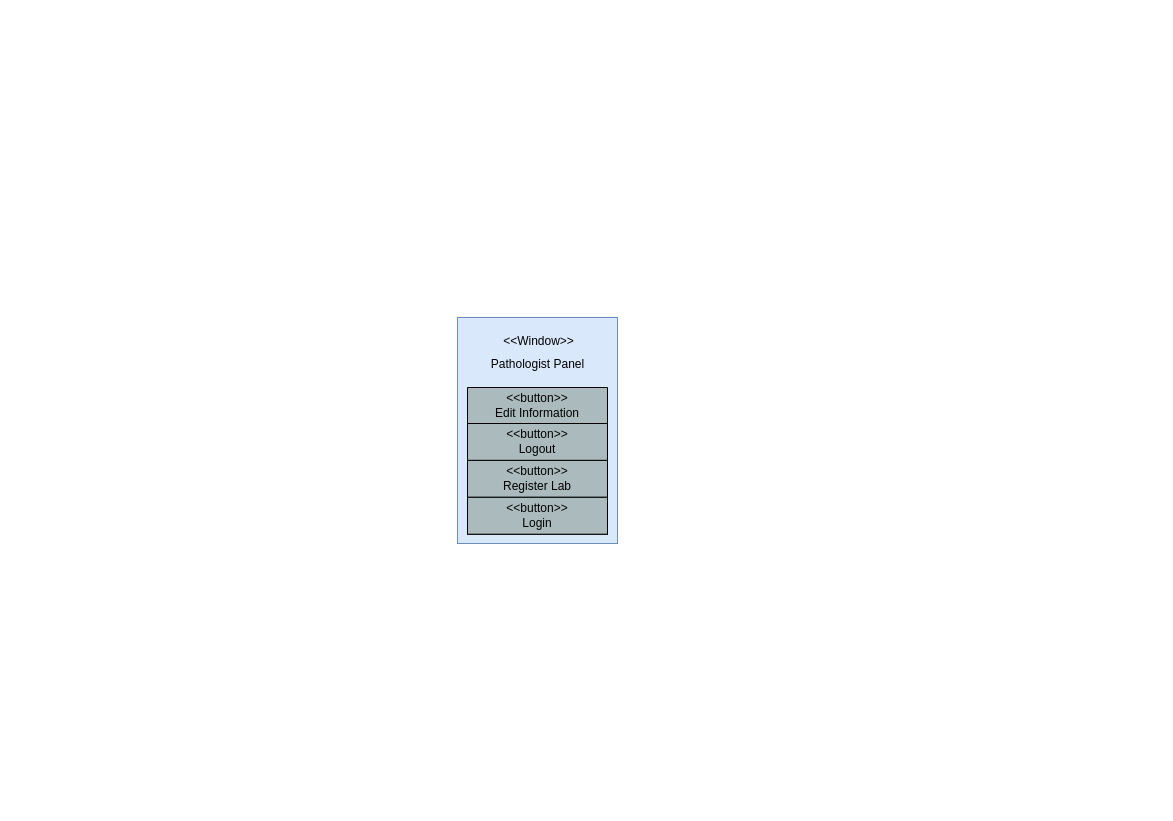
The draw.io diagram page "Page-5" (6 of 6) of WindowsNavigationDiagram.drawio in ArashSameni/SoftwareEngineering, before the edit. Source tidied: cells renumbered, new cells numbered last; positions are measured from the earlier drawing's top-left corner, leaving out a move shared by most shapes. Both pictures are drawn from the tidied source at 100%, with x=0, y=0 at pixel (457, 317).
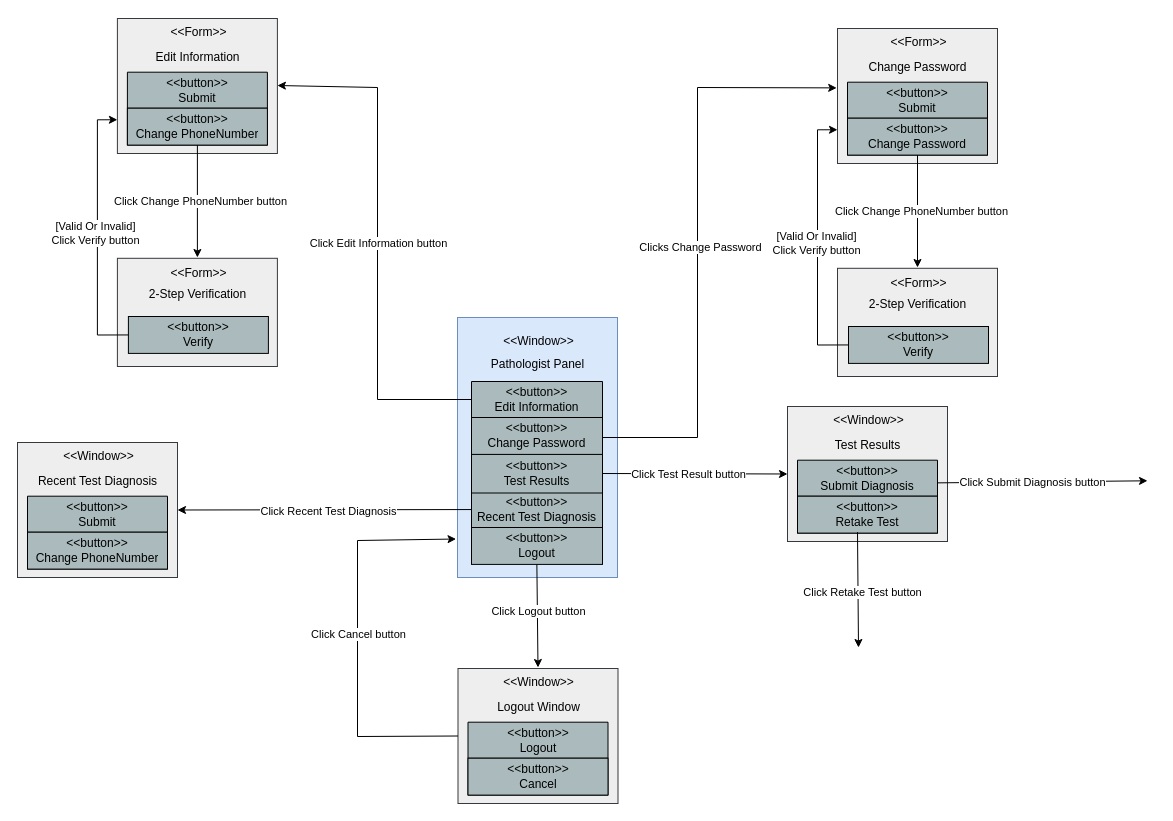
The same diagram, later.

Diff of the diagram source:
```diff
@@
     <mxCell id="2" style="group;imageAlign=center;fillColor=#dae8fc;strokeColor=#6c8ebf;imageVerticalAlign=top;fixDash=1;" parent="1" vertex="1">
-      <mxGeometry width="160" height="226" as="geometry" />
+      <mxGeometry width="160" height="260" as="geometry" />
     </mxCell>
@@
     <mxCell id="5" value="&amp;lt;&amp;lt;button&amp;gt;&amp;gt;&lt;br&gt;Edit Information" style="swimlane;fontStyle=0;horizontal=1;startSize=36;whiteSpace=wrap;html=1;fillColor=#ABBBBD;strokeColor=#000000;fillStyle=auto;swimlaneFillColor=none;rounded=0;shadow=0;glass=0;swimlaneLine=1;noLabel=0;absoluteArcSize=0;portConstraintRotation=0;fixDash=0;backgroundOutline=0;enumerate=0;labelBackgroundColor=none;labelBorderColor=none;swimlaneHead=1;gradientColor=none;" parent="1" vertex="1">
-      <mxGeometry x="10" y="70" width="140" height="146.8" as="geometry" />
+      <mxGeometry x="14" y="64" width="131" height="36" as="geometry" />
     </mxCell>
+    <mxCell id="9" style="endArrow=classic;html=1;rounded=0;entryX=1;entryY=0.5;entryDx=0;entryDy=0;exitX=0;exitY=0.5;exitDx=0;exitDy=0;" parent="1" edge="1" source="5" target="37">
+      <mxGeometry relative="1" as="geometry">
+        <Array as="points">
+          <mxPoint x="-80" y="82" />
+          <mxPoint x="-80" y="-230" />
+        </Array>
+      </mxGeometry>
+    </mxCell>
+    <mxCell id="10" value="Click Edit Information button" style="edgeLabel;html=1;align=center;verticalAlign=middle;" parent="9" vertex="1">
+      <mxGeometry x="-0.01" relative="1" as="geometry" />
+    </mxCell>
+    <mxCell id="11" style="endArrow=classic;html=1;rounded=0;entryX=0;entryY=0.5;entryDx=0;entryDy=0;exitX=1;exitY=0.5;exitDx=0;exitDy=0;" parent="1" edge="1" source="6" target="24">
+      <mxGeometry relative="1" as="geometry" />
+    </mxCell>
+    <mxCell id="12" value="Click Test Result button" style="edgeLabel;html=1;align=center;verticalAlign=middle;" parent="11" vertex="1">
+      <mxGeometry x="-0.07" relative="1" as="geometry" />
+    </mxCell>
+    <mxCell id="13" style="endArrow=classic;html=1;rounded=0;exitX=0.499;exitY=0.99;exitDx=0;exitDy=0;exitPerimeter=0;entryX=0.5;entryY=0;entryDx=0;entryDy=0;" parent="1" edge="1" source="8" target="47">
+      <mxGeometry relative="1" as="geometry" />
+    </mxCell>
+    <mxCell id="14" value="Click Logout button" style="edgeLabel;html=1;align=center;verticalAlign=middle;" parent="13" vertex="1">
+      <mxGeometry x="-0.1" y="1" relative="1" as="geometry" />
+    </mxCell>
+    <mxCell id="15" style="endArrow=classic;html=1;rounded=0;exitX=0;exitY=0.5;exitDx=0;exitDy=0;entryX=1;entryY=0.5;entryDx=0;entryDy=0;" parent="1" edge="1" source="7" target="18">
+      <mxGeometry relative="1" as="geometry" />
+    </mxCell>
+    <mxCell id="16" value="Click Recent Test Diagnosis" style="edgeLabel;html=1;align=center;verticalAlign=middle;" parent="15" vertex="1">
+      <mxGeometry x="-0.02" y="1" relative="1" as="geometry" />
+    </mxCell>
+    <mxCell id="17" style="group;" parent="1" vertex="1">
+      <mxGeometry x="-440" y="124" width="160" height="136" as="geometry" />
+    </mxCell>
+    <mxCell id="18" style="group;imageAlign=center;fillColor=#eeeeee;strokeColor=#36393d;imageVerticalAlign=top;fixDash=1;" parent="17" vertex="1">
+      <mxGeometry y="1" width="160" height="135" as="geometry" />
+    </mxCell>
+    <mxCell id="19" value="&amp;lt;&amp;lt;Window&amp;gt;&amp;gt;" style="text;html=1;align=center;verticalAlign=middle;strokeColor=none;fillColor=none;imageAlign=center;" parent="17" vertex="1">
+      <mxGeometry x="36" y="2" width="89" height="26" as="geometry" />
+    </mxCell>
+    <mxCell id="20" value="Recent Test Diagnosis" style="text;html=1;align=center;verticalAlign=middle;strokeColor=none;fillColor=none;imageAspect=0;imageVerticalAlign=top;fixDash=0;" parent="17" vertex="1">
+      <mxGeometry x="40" y="24.7" width="80" height="30" as="geometry" />
+    </mxCell>
+    <mxCell id="21" value="&amp;lt;&amp;lt;button&amp;gt;&amp;gt;&lt;br&gt;Submit" style="swimlane;fontStyle=0;horizontal=1;startSize=36;whiteSpace=wrap;html=1;fillColor=#ABBBBD;strokeColor=#000000;fillStyle=auto;swimlaneFillColor=none;rounded=0;shadow=0;glass=0;swimlaneLine=1;noLabel=0;absoluteArcSize=0;fixDash=0;backgroundOutline=0;enumerate=0;labelBackgroundColor=none;labelBorderColor=none;swimlaneHead=1;gradientColor=none;" parent="17" vertex="1">
+      <mxGeometry x="10" y="54.7" width="140" height="72.9" as="geometry" />
+    </mxCell>
+    <mxCell id="22" value="&amp;lt;&amp;lt;button&amp;gt;&amp;gt;&lt;br&gt;Change PhoneNumber" style="text;align=center;verticalAlign=middle;spacingLeft=4;spacingRight=4;overflow=hidden;html=1;labelBackgroundColor=none;whiteSpace=wrap;labelBorderColor=none;strokeColor=#000000;fillColor=#ABBBBD;" parent="21" vertex="1">
+      <mxGeometry y="36" width="140" height="36.9" as="geometry" />
+    </mxCell>
+    <mxCell id="23" style="group;" parent="1" vertex="1">
+      <mxGeometry x="330" y="88" width="160" height="136" as="geometry" />
+    </mxCell>
+    <mxCell id="24" style="group;imageAlign=center;fillColor=#eeeeee;strokeColor=#36393d;imageVerticalAlign=top;fixDash=1;" parent="23" vertex="1">
+      <mxGeometry y="1" width="160" height="135" as="geometry" />
+    </mxCell>
+    <mxCell id="25" value="&amp;lt;&amp;lt;Window&amp;gt;&amp;gt;" style="text;html=1;align=center;verticalAlign=middle;strokeColor=none;fillColor=none;imageAlign=center;" parent="23" vertex="1">
+      <mxGeometry x="36" y="2" width="89" height="26" as="geometry" />
+    </mxCell>
+    <mxCell id="26" value="Test Results" style="text;html=1;align=center;verticalAlign=middle;strokeColor=none;fillColor=none;imageAspect=0;imageVerticalAlign=top;fixDash=0;" parent="23" vertex="1">
+      <mxGeometry x="40" y="24.7" width="80" height="30" as="geometry" />
+    </mxCell>
+    <mxCell id="27" value="&amp;lt;&amp;lt;button&amp;gt;&amp;gt;&lt;br&gt;Submit Diagnosis" style="swimlane;fontStyle=0;horizontal=1;startSize=36;whiteSpace=wrap;html=1;fillColor=#ABBBBD;strokeColor=#000000;fillStyle=auto;swimlaneFillColor=none;rounded=0;shadow=0;glass=0;swimlaneLine=1;noLabel=0;absoluteArcSize=0;portConstraintRotation=0;fixDash=0;backgroundOutline=0;enumerate=0;labelBackgroundColor=none;labelBorderColor=none;swimlaneHead=1;gradientColor=none;" parent="23" vertex="1">
+      <mxGeometry x="10" y="54.7" width="140" height="72.9" as="geometry" />
+    </mxCell>
+    <mxCell id="28" value="&amp;lt;&amp;lt;button&amp;gt;&amp;gt;&lt;br&gt;Retake Test" style="text;align=center;verticalAlign=middle;spacingLeft=4;spacingRight=4;overflow=hidden;html=1;labelBackgroundColor=none;whiteSpace=wrap;labelBorderColor=none;strokeColor=#000000;fillColor=#ABBBBD;" parent="27" vertex="1">
+      <mxGeometry y="36" width="140" height="36.9" as="geometry" />
+    </mxCell>
+    <mxCell id="8" value="&amp;lt;&amp;lt;button&amp;gt;&amp;gt;&lt;br&gt;Logout" style="text;align=center;verticalAlign=middle;spacingLeft=4;spacingRight=4;overflow=hidden;points=[[0,0.5],[1,0.5]];portConstraint=eastwest;html=1;labelBackgroundColor=none;whiteSpace=wrap;labelBorderColor=none;strokeColor=#000000;fillColor=#ABBBBD;" parent="1" vertex="1">
+      <mxGeometry x="14" y="210" width="131" height="36.9" as="geometry" />
+    </mxCell>
+    <mxCell id="7" value="&amp;lt;&amp;lt;button&amp;gt;&amp;gt;&lt;br&gt;Recent Test Diagnosis" style="text;align=center;verticalAlign=middle;spacingLeft=4;spacingRight=4;overflow=hidden;points=[[0,0.5],[1,0.5]];portConstraint=eastwest;html=1;labelBackgroundColor=none;whiteSpace=wrap;labelBorderColor=none;strokeColor=#000000;fillColor=#ABBBBD;" parent="1" vertex="1">
+      <mxGeometry x="14" y="174.1" width="131" height="35.9" as="geometry" />
+    </mxCell>
-    <mxCell id="6" value="&amp;lt;&amp;lt;button&amp;gt;&amp;gt;&lt;br&gt;Logout" style="text;align=center;verticalAlign=middle;spacingLeft=4;spacingRight=4;overflow=hidden;points=[[0,0.5],[1,0.5]];portConstraint=eastwest;html=1;labelBackgroundColor=none;whiteSpace=wrap;labelBorderColor=none;strokeColor=#000000;fillColor=#ABBBBD;" parent="5" vertex="1">
-      <mxGeometry y="36" width="140" height="36.9" as="geometry" />
+    <mxCell id="6" value="&amp;lt;&amp;lt;button&amp;gt;&amp;gt;&lt;br&gt;Test Results" style="text;align=center;verticalAlign=middle;spacingLeft=4;spacingRight=4;overflow=hidden;points=[[0,0.5],[1,0.5]];portConstraint=eastwest;html=1;labelBackgroundColor=none;whiteSpace=wrap;labelBorderColor=none;strokeColor=#000000;fillColor=#ABBBBD;" parent="1" vertex="1">
+      <mxGeometry x="14" y="136.5" width="131" height="39" as="geometry" />
     </mxCell>
-    <mxCell id="7" value="&amp;lt;&amp;lt;button&amp;gt;&amp;gt;&lt;br&gt;Register Lab" style="text;align=center;verticalAlign=middle;spacingLeft=4;spacingRight=4;overflow=hidden;points=[[0,0.5],[1,0.5]];portConstraint=eastwest;html=1;labelBackgroundColor=none;whiteSpace=wrap;labelBorderColor=none;strokeColor=#000000;fillColor=#ABBBBD;" parent="5" vertex="1">
-      <mxGeometry y="72.9" width="140" height="36.9" as="geometry" />
-    </mxCell>
-    <mxCell id="8" value="&amp;lt;&amp;lt;button&amp;gt;&amp;gt;&lt;br&gt;Login" style="text;align=center;verticalAlign=middle;spacingLeft=4;spacingRight=4;overflow=hidden;points=[[0,0.5],[1,0.5]];portConstraint=eastwest;html=1;labelBackgroundColor=none;whiteSpace=wrap;labelBorderColor=none;strokeColor=#000000;fillColor=#ABBBBD;" parent="5" vertex="1">
-      <mxGeometry y="109.8" width="140" height="36.9" as="geometry" />
-    </mxCell>
+    <mxCell id="29" value="&amp;lt;&amp;lt;button&amp;gt;&amp;gt;&lt;br&gt;Change Password" style="text;align=center;verticalAlign=middle;spacingLeft=4;spacingRight=4;overflow=hidden;html=1;labelBackgroundColor=none;whiteSpace=wrap;labelBorderColor=none;strokeColor=#000000;fillColor=#ABBBBD;" parent="1" vertex="1">
+      <mxGeometry x="14" y="100" width="131" height="36.9" as="geometry" />
+    </mxCell>
+    <mxCell id="30" style="endArrow=classic;html=1;rounded=0;entryX=-0.005;entryY=0.444;entryDx=0;entryDy=0;entryPerimeter=0;" parent="1" edge="1" target="60">
+      <mxGeometry relative="1" as="geometry">
+        <mxPoint x="145" y="120" as="sourcePoint" />
+        <Array as="points">
+          <mxPoint x="240" y="120" />
+          <mxPoint x="240" y="-230" />
+        </Array>
+      </mxGeometry>
+    </mxCell>
+    <mxCell id="31" value="Clicks Change Password" style="edgeLabel;html=1;align=center;verticalAlign=middle;" parent="30" vertex="1">
+      <mxGeometry x="-0.02" y="-2" relative="1" as="geometry" />
+    </mxCell>
+    <mxCell id="32" style="group;" parent="1" vertex="1">
+      <mxGeometry x="-340.1" y="-60" width="160" height="109" as="geometry" />
+    </mxCell>
+    <mxCell id="33" style="group;imageAlign=center;fillColor=#eeeeee;strokeColor=#36393d;imageVerticalAlign=top;fixDash=1;" parent="32" vertex="1">
+      <mxGeometry y="0.8" width="160" height="108.2" as="geometry" />
+    </mxCell>
+    <mxCell id="34" value="&amp;lt;&amp;lt;Form&amp;gt;&amp;gt;" style="text;html=1;align=center;verticalAlign=middle;strokeColor=none;fillColor=none;imageAlign=center;" parent="32" vertex="1">
+      <mxGeometry x="44" y="5.6" width="74" height="20.8" as="geometry" />
+    </mxCell>
+    <mxCell id="35" value="2-Step Verification" style="text;html=1;align=center;verticalAlign=middle;strokeColor=none;fillColor=none;imageAspect=0;imageVerticalAlign=top;fixDash=0;" parent="32" vertex="1">
+      <mxGeometry x="40" y="25.4" width="80" height="24" as="geometry" />
+    </mxCell>
+    <mxCell id="36" value="&amp;lt;&amp;lt;button&amp;gt;&amp;gt;&lt;br style=&quot;border-color: var(--border-color);&quot;&gt;Verify" style="text;align=center;verticalAlign=middle;spacingLeft=4;spacingRight=4;overflow=hidden;points=[[0,0.5],[1,0.5]];portConstraint=eastwest;html=1;labelBackgroundColor=none;whiteSpace=wrap;labelBorderColor=none;strokeColor=#000000;fillColor=#ABBBBD;" parent="32" vertex="1">
+      <mxGeometry x="11" y="59" width="140" height="36.9" as="geometry" />
+    </mxCell>
+    <mxCell id="37" style="group;" parent="1" vertex="1">
+      <mxGeometry x="-340.1" y="-300" width="160" height="136" as="geometry" />
+    </mxCell>
+    <mxCell id="38" style="group;imageAlign=center;fillColor=#eeeeee;strokeColor=#36393d;imageVerticalAlign=top;fixDash=1;" parent="37" vertex="1">
+      <mxGeometry y="1" width="160" height="135" as="geometry" />
+    </mxCell>
+    <mxCell id="39" value="&amp;lt;&amp;lt;Form&amp;gt;&amp;gt;" style="text;html=1;align=center;verticalAlign=middle;strokeColor=none;fillColor=none;imageAlign=center;" parent="37" vertex="1">
+      <mxGeometry x="41" width="80" height="30" as="geometry" />
+    </mxCell>
+    <mxCell id="40" value="Edit Information" style="text;html=1;align=center;verticalAlign=middle;strokeColor=none;fillColor=none;imageAspect=0;imageVerticalAlign=top;fixDash=0;" parent="37" vertex="1">
+      <mxGeometry x="40" y="24.7" width="80" height="30" as="geometry" />
+    </mxCell>
+    <mxCell id="41" value="&amp;lt;&amp;lt;button&amp;gt;&amp;gt;&lt;br&gt;Submit" style="swimlane;fontStyle=0;horizontal=1;startSize=36;whiteSpace=wrap;html=1;fillColor=#ABBBBD;strokeColor=#000000;fillStyle=auto;swimlaneFillColor=none;rounded=0;shadow=0;glass=0;swimlaneLine=1;noLabel=0;absoluteArcSize=0;portConstraintRotation=0;fixDash=0;backgroundOutline=0;enumerate=0;labelBackgroundColor=none;labelBorderColor=none;swimlaneHead=1;gradientColor=none;" parent="37" vertex="1">
+      <mxGeometry x="10" y="54.7" width="140" height="72.9" as="geometry" />
+    </mxCell>
+    <mxCell id="42" value="&amp;lt;&amp;lt;button&amp;gt;&amp;gt;&lt;br&gt;Change PhoneNumber" style="text;align=center;verticalAlign=middle;spacingLeft=4;spacingRight=4;overflow=hidden;html=1;labelBackgroundColor=none;whiteSpace=wrap;labelBorderColor=none;strokeColor=#000000;fillColor=#ABBBBD;" parent="41" vertex="1">
+      <mxGeometry y="36" width="140" height="36.9" as="geometry" />
+    </mxCell>
+    <mxCell id="43" style="endArrow=classic;html=1;rounded=0;exitX=0.5;exitY=1;exitDx=0;exitDy=0;entryX=0.5;entryY=0;entryDx=0;entryDy=0;" parent="1" edge="1" source="41" target="32">
+      <mxGeometry relative="1" as="geometry" />
+    </mxCell>
+    <mxCell id="44" value="Click Change PhoneNumber button" style="edgeLabel;html=1;align=center;verticalAlign=middle;" parent="43" vertex="1">
+      <mxGeometry relative="1" as="geometry">
+        <mxPoint x="3" as="offset" />
+      </mxGeometry>
+    </mxCell>
+    <mxCell id="45" style="edgeStyle=orthogonalEdgeStyle;rounded=0;jettySize=auto;html=1;exitX=0;exitY=0.5;exitDx=0;exitDy=0;entryX=0;entryY=0.75;entryDx=0;entryDy=0;" parent="1" edge="1" source="36" target="38">
+      <mxGeometry relative="1" as="geometry" />
+    </mxCell>
+    <mxCell id="46" value="[Valid Or Invalid]&lt;br style=&quot;border-color: var(--border-color);&quot;&gt;Click Verify button" style="edgeLabel;html=1;align=center;verticalAlign=middle;" parent="45" vertex="1">
+      <mxGeometry x="-0.04" y="2" relative="1" as="geometry">
+        <mxPoint y="-5" as="offset" />
+      </mxGeometry>
+    </mxCell>
+    <mxCell id="47" style="group;" parent="1" vertex="1">
+      <mxGeometry x="0.5" y="350" width="160" height="136" as="geometry" />
+    </mxCell>
+    <mxCell id="48" style="group;imageAlign=center;fillColor=#eeeeee;strokeColor=#36393d;imageVerticalAlign=top;fixDash=1;" parent="47" vertex="1">
+      <mxGeometry y="1" width="160" height="135" as="geometry" />
+    </mxCell>
+    <mxCell id="49" value="&amp;lt;&amp;lt;Window&amp;gt;&amp;gt;" style="text;html=1;align=center;verticalAlign=middle;strokeColor=none;fillColor=none;imageAlign=center;" parent="47" vertex="1">
+      <mxGeometry x="36" y="2" width="89" height="26" as="geometry" />
+    </mxCell>
+    <mxCell id="50" value="Logout Window" style="text;html=1;align=center;verticalAlign=middle;strokeColor=none;fillColor=none;imageAspect=0;imageVerticalAlign=top;fixDash=0;" parent="47" vertex="1">
+      <mxGeometry x="40" y="24.7" width="80" height="30" as="geometry" />
+    </mxCell>
+    <mxCell id="51" value="&amp;lt;&amp;lt;button&amp;gt;&amp;gt;&lt;br&gt;Logout" style="swimlane;fontStyle=0;horizontal=1;startSize=36;whiteSpace=wrap;html=1;fillColor=#ABBBBD;strokeColor=#000000;fillStyle=auto;swimlaneFillColor=none;rounded=0;shadow=0;glass=0;swimlaneLine=1;noLabel=0;absoluteArcSize=0;fixDash=0;backgroundOutline=0;enumerate=0;labelBackgroundColor=none;labelBorderColor=none;swimlaneHead=1;gradientColor=none;" parent="47" vertex="1">
+      <mxGeometry x="10" y="54.7" width="140" height="72.9" as="geometry" />
+    </mxCell>
+    <mxCell id="52" value="&amp;lt;&amp;lt;button&amp;gt;&amp;gt;&lt;br&gt;Cancel" style="text;align=center;verticalAlign=middle;spacingLeft=4;spacingRight=4;overflow=hidden;html=1;labelBackgroundColor=none;whiteSpace=wrap;labelBorderColor=none;strokeColor=#000000;fillColor=#ABBBBD;" parent="51" vertex="1">
+      <mxGeometry y="36" width="140" height="36.9" as="geometry" />
+    </mxCell>
+    <mxCell id="53" style="endArrow=classic;html=1;rounded=0;exitX=0;exitY=0.5;exitDx=0;exitDy=0;entryX=-0.009;entryY=0.852;entryDx=0;entryDy=0;entryPerimeter=0;" parent="1" edge="1" source="48" target="2">
+      <mxGeometry relative="1" as="geometry">
+        <Array as="points">
+          <mxPoint x="-100" y="419" />
+          <mxPoint x="-100" y="223" />
+        </Array>
+      </mxGeometry>
+    </mxCell>
+    <mxCell id="54" value="Click Cancel button" style="edgeLabel;html=1;align=center;verticalAlign=middle;" parent="53" vertex="1">
+      <mxGeometry x="0.03" relative="1" as="geometry" />
+    </mxCell>
+    <mxCell id="55" style="group;" parent="1" vertex="1">
+      <mxGeometry x="380" y="-50" width="160" height="109" as="geometry" />
+    </mxCell>
+    <mxCell id="56" style="group;imageAlign=center;fillColor=#eeeeee;strokeColor=#36393d;imageVerticalAlign=top;fixDash=1;" parent="55" vertex="1">
+      <mxGeometry y="0.8" width="160" height="108.2" as="geometry" />
+    </mxCell>
+    <mxCell id="57" value="&amp;lt;&amp;lt;Form&amp;gt;&amp;gt;" style="text;html=1;align=center;verticalAlign=middle;strokeColor=none;fillColor=none;imageAlign=center;" parent="55" vertex="1">
+      <mxGeometry x="44" y="5.6" width="74" height="20.8" as="geometry" />
+    </mxCell>
+    <mxCell id="58" value="2-Step Verification" style="text;html=1;align=center;verticalAlign=middle;strokeColor=none;fillColor=none;imageAspect=0;imageVerticalAlign=top;fixDash=0;" parent="55" vertex="1">
+      <mxGeometry x="40" y="25.4" width="80" height="24" as="geometry" />
+    </mxCell>
+    <mxCell id="59" value="&amp;lt;&amp;lt;button&amp;gt;&amp;gt;&lt;br style=&quot;border-color: var(--border-color);&quot;&gt;Verify" style="text;align=center;verticalAlign=middle;spacingLeft=4;spacingRight=4;overflow=hidden;points=[[0,0.5],[1,0.5]];portConstraint=eastwest;html=1;labelBackgroundColor=none;whiteSpace=wrap;labelBorderColor=none;strokeColor=#000000;fillColor=#ABBBBD;" parent="55" vertex="1">
+      <mxGeometry x="11" y="59" width="140" height="36.9" as="geometry" />
+    </mxCell>
+    <mxCell id="60" style="group;" parent="1" vertex="1">
+      <mxGeometry x="380" y="-290" width="160" height="136" as="geometry" />
+    </mxCell>
+    <mxCell id="61" style="group;imageAlign=center;fillColor=#eeeeee;strokeColor=#36393d;imageVerticalAlign=top;fixDash=1;" parent="60" vertex="1">
+      <mxGeometry y="1" width="160" height="135" as="geometry" />
+    </mxCell>
+    <mxCell id="62" value="&amp;lt;&amp;lt;Form&amp;gt;&amp;gt;" style="text;html=1;align=center;verticalAlign=middle;strokeColor=none;fillColor=none;imageAlign=center;" parent="60" vertex="1">
+      <mxGeometry x="41" width="80" height="30" as="geometry" />
+    </mxCell>
+    <mxCell id="63" value="Change Password" style="text;html=1;align=center;verticalAlign=middle;strokeColor=none;fillColor=none;imageAspect=0;imageVerticalAlign=top;fixDash=0;" parent="60" vertex="1">
+      <mxGeometry x="40" y="24.7" width="80" height="30" as="geometry" />
+    </mxCell>
+    <mxCell id="64" value="&amp;lt;&amp;lt;button&amp;gt;&amp;gt;&lt;br&gt;Submit" style="swimlane;fontStyle=0;horizontal=1;startSize=36;whiteSpace=wrap;html=1;fillColor=#ABBBBD;strokeColor=#000000;fillStyle=auto;swimlaneFillColor=none;rounded=0;shadow=0;glass=0;swimlaneLine=1;noLabel=0;absoluteArcSize=0;portConstraintRotation=0;fixDash=0;backgroundOutline=0;enumerate=0;labelBackgroundColor=none;labelBorderColor=none;swimlaneHead=1;gradientColor=none;" parent="60" vertex="1">
+      <mxGeometry x="10" y="54.7" width="140" height="72.9" as="geometry" />
+    </mxCell>
+    <mxCell id="65" value="&amp;lt;&amp;lt;button&amp;gt;&amp;gt;&lt;br&gt;Change Password" style="text;align=center;verticalAlign=middle;spacingLeft=4;spacingRight=4;overflow=hidden;html=1;labelBackgroundColor=none;whiteSpace=wrap;labelBorderColor=none;strokeColor=#000000;fillColor=#ABBBBD;" parent="64" vertex="1">
+      <mxGeometry y="36" width="140" height="36.9" as="geometry" />
+    </mxCell>
+    <mxCell id="66" style="endArrow=classic;html=1;rounded=0;exitX=0.5;exitY=1;exitDx=0;exitDy=0;entryX=0.5;entryY=0;entryDx=0;entryDy=0;" parent="1" edge="1" source="64" target="55">
+      <mxGeometry relative="1" as="geometry" />
+    </mxCell>
+    <mxCell id="67" value="Click Change PhoneNumber button" style="edgeLabel;html=1;align=center;verticalAlign=middle;" parent="66" vertex="1">
+      <mxGeometry relative="1" as="geometry">
+        <mxPoint x="3" as="offset" />
+      </mxGeometry>
+    </mxCell>
+    <mxCell id="68" style="edgeStyle=orthogonalEdgeStyle;rounded=0;jettySize=auto;html=1;exitX=0;exitY=0.5;exitDx=0;exitDy=0;entryX=0;entryY=0.75;entryDx=0;entryDy=0;" parent="1" edge="1" source="59" target="61">
+      <mxGeometry relative="1" as="geometry" />
+    </mxCell>
+    <mxCell id="69" value="[Valid Or Invalid]&lt;br style=&quot;border-color: var(--border-color);&quot;&gt;Click Verify button" style="edgeLabel;html=1;align=center;verticalAlign=middle;" parent="68" vertex="1">
+      <mxGeometry x="-0.04" y="2" relative="1" as="geometry">
+        <mxPoint y="-5" as="offset" />
+      </mxGeometry>
+    </mxCell>
+    <mxCell id="70" style="endArrow=classic;html=1;rounded=0;exitX=0.467;exitY=0.976;exitDx=0;exitDy=0;exitPerimeter=0;" parent="1" edge="1">
+      <mxGeometry relative="1" as="geometry">
+        <mxPoint x="400" y="214.7" as="sourcePoint" />
+        <mxPoint x="401" y="330" as="targetPoint" />
+      </mxGeometry>
+    </mxCell>
+    <mxCell id="71" value="Click Retake Test button" style="edgeLabel;html=1;align=center;verticalAlign=middle;" parent="70" vertex="1">
+      <mxGeometry x="0.12" y="1" relative="1" as="geometry">
+        <mxPoint x="3" y="-5" as="offset" />
+      </mxGeometry>
+    </mxCell>
+    <mxCell id="72" style="endArrow=classic;html=1;rounded=0;exitX=0.999;exitY=0.311;exitDx=0;exitDy=0;exitPerimeter=0;" parent="1" edge="1" source="27">
+      <mxGeometry relative="1" as="geometry">
+        <mxPoint x="690" y="163.3" as="targetPoint" />
+      </mxGeometry>
+    </mxCell>
+    <mxCell id="73" value="Click Submit Diagnosis button" style="edgeLabel;html=1;align=center;verticalAlign=middle;" parent="72" vertex="1">
+      <mxGeometry x="0.23" y="-1" relative="1" as="geometry">
+        <mxPoint x="-34" y="-1" as="offset" />
+      </mxGeometry>
+    </mxCell>
```
